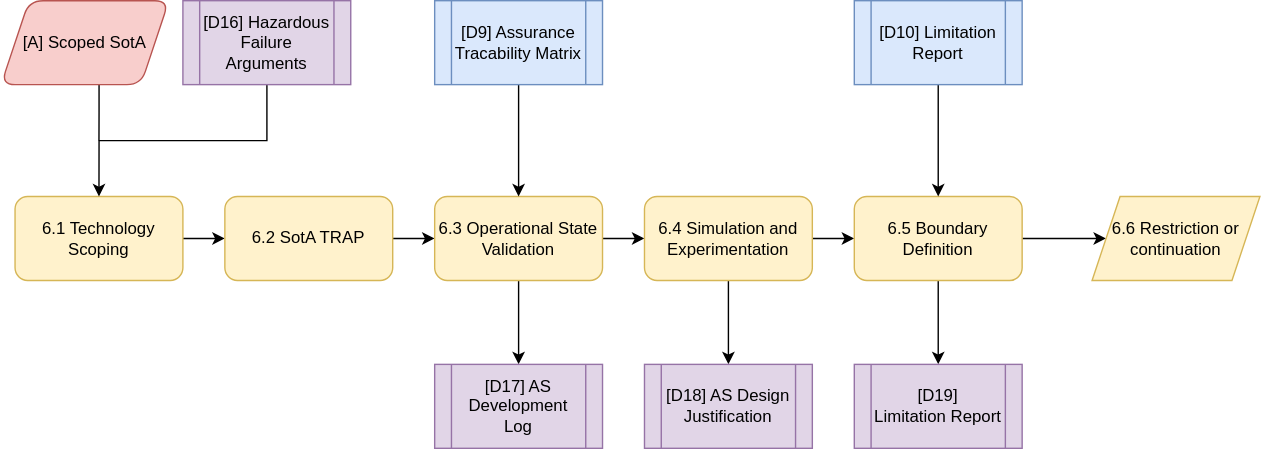
Before: diagrams/step-6.svg, a diagram exported from draw.io (TortoiseFather/sacred-site). Source tidied: cells renumbered, new cells last; positions are measured from the earlier drawing's top-left corner, leaving out a move shared by most shapes.
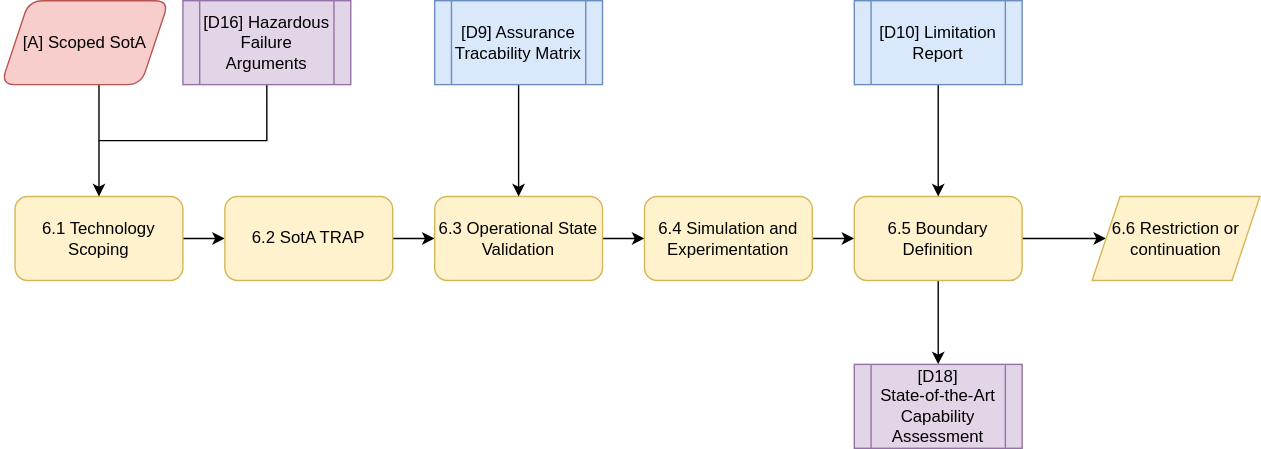
After the commit.

The edit, as a diff of the source:
```diff
@@ -14,18 +14,12 @@
     <mxCell id="5" value="6.2 SotA TRAP" style="rounded=1;whiteSpace=wrap;html=1;fillColor=#fff2cc;strokeColor=#d6b656;" parent="1" vertex="1">
       <mxGeometry x="160" y="140" width="120" height="60" as="geometry" />
     </mxCell>
-    <mxCell id="6" style="edgeStyle=orthogonalEdgeStyle;rounded=0;jettySize=auto;html=1;" parent="1" edge="1" source="8" target="16">
-      <mxGeometry relative="1" as="geometry" />
-    </mxCell>
     <mxCell id="7" style="edgeStyle=orthogonalEdgeStyle;rounded=0;jettySize=auto;html=1;exitX=1;exitY=0.5;exitDx=0;exitDy=0;entryX=0;entryY=0.5;entryDx=0;entryDy=0;" parent="1" edge="1" source="8" target="11">
       <mxGeometry relative="1" as="geometry" />
     </mxCell>
     <mxCell id="8" value="6.3 Operational State Validation" style="rounded=1;whiteSpace=wrap;html=1;fillColor=#fff2cc;strokeColor=#d6b656;" parent="1" vertex="1">
       <mxGeometry x="310" y="140" width="120" height="60" as="geometry" />
     </mxCell>
-    <mxCell id="9" style="edgeStyle=orthogonalEdgeStyle;rounded=0;jettySize=auto;html=1;" parent="1" edge="1" source="11" target="17">
-      <mxGeometry relative="1" as="geometry" />
-    </mxCell>
     <mxCell id="10" style="edgeStyle=orthogonalEdgeStyle;rounded=0;jettySize=auto;html=1;exitX=1;exitY=0.5;exitDx=0;exitDy=0;" parent="1" edge="1" source="11" target="14">
       <mxGeometry relative="1" as="geometry" />
     </mxCell>
@@ -41,15 +35,9 @@
     <mxCell id="14" value="6.5 Boundary Definition" style="rounded=1;whiteSpace=wrap;html=1;fillColor=#fff2cc;strokeColor=#d6b656;" parent="1" vertex="1">
       <mxGeometry x="610" y="140" width="120" height="60" as="geometry" />
     </mxCell>
-    <mxCell id="15" value="[D19]&lt;div&gt;Limitation Report&lt;/div&gt;" style="shape=process;whiteSpace=wrap;html=1;backgroundOutline=1;fillColor=#e1d5e7;strokeColor=#9673a6;" parent="1" vertex="1">
+    <mxCell id="15" value="[D18]&lt;div&gt;State-of-the-Art Capability Assessment&lt;/div&gt;" style="shape=process;whiteSpace=wrap;html=1;backgroundOutline=1;fillColor=#e1d5e7;strokeColor=#9673a6;" parent="1" vertex="1">
       <mxGeometry x="610" y="260" width="120" height="60" as="geometry" />
     </mxCell>
-    <mxCell id="16" value="[D17] AS Development Log" style="shape=process;whiteSpace=wrap;html=1;backgroundOutline=1;fillColor=#e1d5e7;strokeColor=#9673a6;" parent="1" vertex="1">
-      <mxGeometry x="310" y="260" width="120" height="60" as="geometry" />
-    </mxCell>
-    <mxCell id="17" value="[D18] AS Design Justification" style="shape=process;whiteSpace=wrap;html=1;backgroundOutline=1;fillColor=#e1d5e7;strokeColor=#9673a6;" parent="1" vertex="1">
-      <mxGeometry x="460" y="260" width="120" height="60" as="geometry" />
-    </mxCell>
     <mxCell id="18" style="edgeStyle=orthogonalEdgeStyle;rounded=0;jettySize=auto;html=1;entryX=0.5;entryY=0;entryDx=0;entryDy=0;" parent="1" edge="1" source="19" target="3">
       <mxGeometry relative="1" as="geometry" />
     </mxCell>
```
